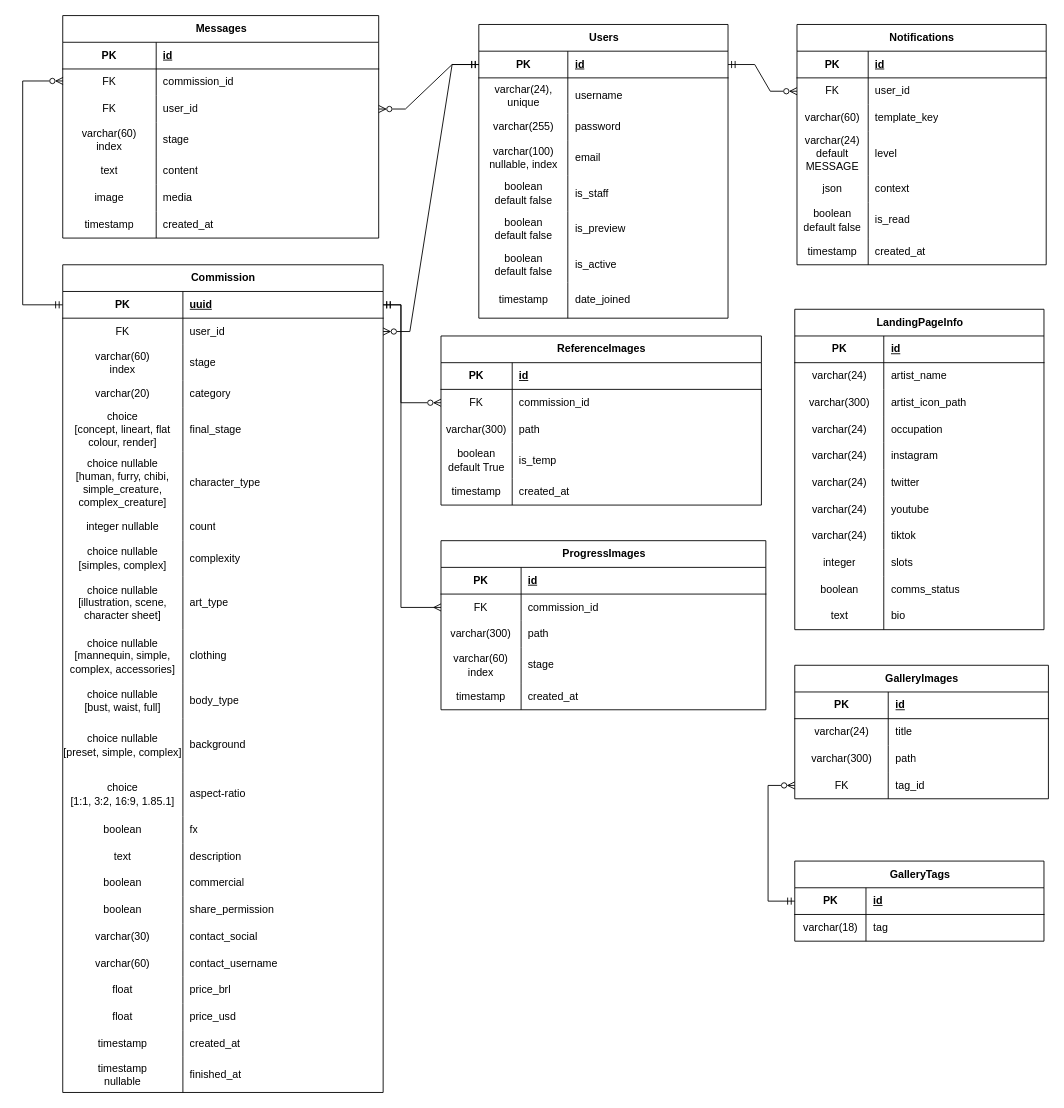
The draw.io diagram docs/diagramas/OAtelierER.drawio in nemesis-noctis/o-atelier, before the edit. Source tidied: cells renumbered, new cells numbered last; positions are measured from the earlier drawing's top-left corner, leaving out a move shared by most shapes. Both pictures are drawn from the tidied source at 89%, with x=0, y=0 at pixel (22, 15).
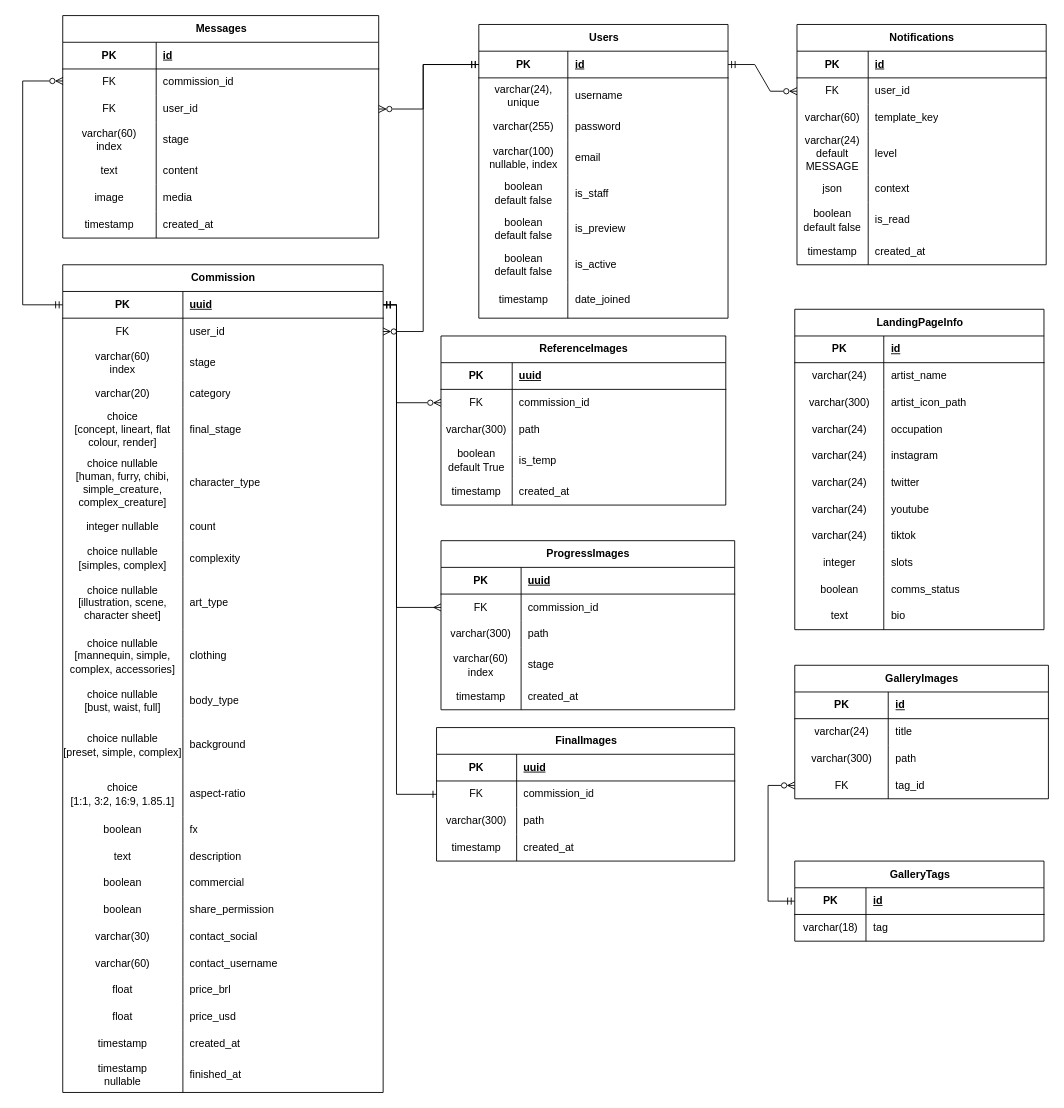
The same page after the edit.

Commit message (it also covers changes not shown here):
feat: Add final image model, adjust docs to reflect change on models and show dynamic commission based on category.

The change refers to these unchanged cells:
```xml
<mxCell id="37" style="shape=tableRow;horizontal=0;startSize=0;swimlaneHead=0;swimlaneBody=0;fillColor=none;points=[[0,0.5],[1,0.5]];portConstraint=eastwest;top=0;left=0;right=0;bottom=1;" parent="36" vertex="1">
  <mxGeometry y="30" width="280" height="30" as="geometry" />
</mxCell>
<mxCell id="83" style="shape=tableRow;horizontal=0;startSize=0;swimlaneHead=0;swimlaneBody=0;fillColor=none;points=[[0,0.5],[1,0.5]];portConstraint=eastwest;top=0;left=0;right=0;bottom=1;" parent="82" vertex="1">
  <mxGeometry y="30" width="360" height="30" as="geometry" />
</mxCell>
<mxCell id="86" style="shape=tableRow;horizontal=0;startSize=0;swimlaneHead=0;swimlaneBody=0;fillColor=none;points=[[0,0.5],[1,0.5]];portConstraint=eastwest;top=0;left=0;right=0;bottom=0;" parent="82" vertex="1">
  <mxGeometry y="60" width="360" height="30" as="geometry" />
</mxCell>
<mxCell id="194" style="shape=tableRow;horizontal=0;startSize=0;swimlaneHead=0;swimlaneBody=0;fillColor=none;points=[[0,0.5],[1,0.5]];portConstraint=eastwest;top=0;left=0;right=0;bottom=0;" parent="187" vertex="1">
  <mxGeometry y="90" width="355" height="30" as="geometry" />
</mxCell>
```

What changed in the source:
```diff
@@
-    <mxCell id="152" style="edgeStyle=entityRelationEdgeStyle;fontSize=12;html=1;endArrow=ERzeroToMany;rounded=0;exitX=0;exitY=0.5;exitDx=0;exitDy=0;entryX=1;entryY=0.5;entryDx=0;entryDy=0;endFill=0;startArrow=ERmandOne;startFill=0;" parent="1" edge="1" source="37" target="86">
-      <mxGeometry relative="1" as="geometry" />
+    <mxCell id="152" style="edgeStyle=orthogonalEdgeStyle;fontSize=12;html=1;endArrow=ERzeroToMany;rounded=0;exitX=0;exitY=0.5;exitDx=0;exitDy=0;entryX=1;entryY=0.5;entryDx=0;entryDy=0;endFill=0;startArrow=ERmandOne;startFill=0;" parent="1" edge="1" source="37" target="86">
+      <mxGeometry relative="1" as="geometry">
+        <Array as="points">
+          <mxPoint x="450" y="55" />
+          <mxPoint x="450" y="355" />
+        </Array>
+      </mxGeometry>
     </mxCell>
     <mxCell id="153" value="ReferenceImages" style="shape=table;startSize=30;childLayout=tableLayout;rowLines=0;fontStyle=1;align=center;html=1;" parent="1" vertex="1">
-      <mxGeometry x="470" y="360" width="360" height="190" as="geometry" />
+      <mxGeometry x="470" y="360" width="320" height="190" as="geometry" />
     </mxCell>
     <mxCell id="154" style="shape=tableRow;horizontal=0;startSize=0;swimlaneHead=0;swimlaneBody=0;fillColor=none;top=0;left=0;right=0;bottom=1;" parent="153" vertex="1">
-      <mxGeometry y="30" width="360" height="30" as="geometry" />
+      <mxGeometry y="30" width="320" height="30" as="geometry" />
     </mxCell>
@@
-    <mxCell id="156" value="id" style="shape=partialRectangle;fillColor=none;top=0;left=0;bottom=0;right=0;align=left;spacingLeft=6;fontStyle=5;overflow=hidden;whiteSpace=wrap;html=1;" parent="154" vertex="1">
-      <mxGeometry x="80" width="280" height="30" as="geometry" />
+    <mxCell id="156" value="uuid" style="shape=partialRectangle;fillColor=none;top=0;left=0;bottom=0;right=0;align=left;spacingLeft=6;fontStyle=5;overflow=hidden;whiteSpace=wrap;html=1;" parent="154" vertex="1">
+      <mxGeometry x="80" width="240" height="30" as="geometry" />
     </mxCell>
     <mxCell id="157" style="shape=tableRow;horizontal=0;startSize=0;swimlaneHead=0;swimlaneBody=0;fillColor=none;points=[[0,0.5],[1,0.5]];portConstraint=eastwest;top=0;left=0;right=0;bottom=0;" parent="153" vertex="1">
-      <mxGeometry y="60" width="360" height="30" as="geometry" />
+      <mxGeometry y="60" width="320" height="30" as="geometry" />
     </mxCell>
@@
     <mxCell id="159" value="commission_id" style="shape=partialRectangle;fillColor=none;top=0;left=0;bottom=0;right=0;align=left;spacingLeft=6;overflow=hidden;whiteSpace=wrap;html=1;" parent="157" vertex="1">
-      <mxGeometry x="80" width="280" height="30" as="geometry" />
+      <mxGeometry x="80" width="240" height="30" as="geometry" />
     </mxCell>
     <mxCell id="160" style="shape=tableRow;horizontal=0;startSize=0;swimlaneHead=0;swimlaneBody=0;fillColor=none;top=0;left=0;right=0;bottom=0;" parent="153" vertex="1">
-      <mxGeometry y="90" width="360" height="30" as="geometry" />
+      <mxGeometry y="90" width="320" height="30" as="geometry" />
     </mxCell>
@@
     <mxCell id="162" value="path" style="shape=partialRectangle;fillColor=none;top=0;left=0;bottom=0;right=0;align=left;spacingLeft=6;overflow=hidden;whiteSpace=wrap;html=1;" parent="160" vertex="1">
-      <mxGeometry x="80" width="280" height="30" as="geometry" />
+      <mxGeometry x="80" width="240" height="30" as="geometry" />
     </mxCell>
     <mxCell id="163" style="shape=tableRow;horizontal=0;startSize=0;swimlaneHead=0;swimlaneBody=0;fillColor=none;top=0;left=0;right=0;bottom=0;" parent="153" vertex="1">
-      <mxGeometry y="120" width="360" height="40" as="geometry" />
+      <mxGeometry y="120" width="320" height="40" as="geometry" />
     </mxCell>
@@
     <mxCell id="165" value="is_temp" style="shape=partialRectangle;fillColor=none;top=0;left=0;bottom=0;right=0;align=left;spacingLeft=6;overflow=hidden;whiteSpace=wrap;html=1;" parent="163" vertex="1">
-      <mxGeometry x="80" width="280" height="40" as="geometry" />
+      <mxGeometry x="80" width="240" height="40" as="geometry" />
     </mxCell>
     <mxCell id="166" style="shape=tableRow;horizontal=0;startSize=0;swimlaneHead=0;swimlaneBody=0;fillColor=none;top=0;left=0;right=0;bottom=0;" parent="153" vertex="1">
-      <mxGeometry y="160" width="360" height="30" as="geometry" />
+      <mxGeometry y="160" width="320" height="30" as="geometry" />
     </mxCell>
@@
     <mxCell id="168" value="created_at" style="shape=partialRectangle;fillColor=none;top=0;left=0;bottom=0;right=0;align=left;spacingLeft=6;overflow=hidden;whiteSpace=wrap;html=1;" parent="166" vertex="1">
-      <mxGeometry x="80" width="280" height="30" as="geometry" />
+      <mxGeometry x="80" width="240" height="30" as="geometry" />
     </mxCell>
     <mxCell id="169" value="ProgressImages" style="shape=table;startSize=30;childLayout=tableLayout;rowLines=0;fontStyle=1;align=center;html=1;" parent="1" vertex="1">
-      <mxGeometry x="470" y="590" width="365" height="190" as="geometry" />
+      <mxGeometry x="470" y="590" width="330" height="190" as="geometry" />
     </mxCell>
     <mxCell id="170" style="shape=tableRow;horizontal=0;startSize=0;swimlaneHead=0;swimlaneBody=0;fillColor=none;top=0;left=0;right=0;bottom=1;" parent="169" vertex="1">
-      <mxGeometry y="30" width="365" height="30" as="geometry" />
+      <mxGeometry y="30" width="330" height="30" as="geometry" />
     </mxCell>
@@
-    <mxCell id="172" value="id" style="shape=partialRectangle;fillColor=none;top=0;left=0;bottom=0;right=0;align=left;spacingLeft=6;fontStyle=5;overflow=hidden;whiteSpace=wrap;html=1;" parent="170" vertex="1">
-      <mxGeometry x="90" width="275" height="30" as="geometry" />
+    <mxCell id="172" value="uuid" style="shape=partialRectangle;fillColor=none;top=0;left=0;bottom=0;right=0;align=left;spacingLeft=6;fontStyle=5;overflow=hidden;whiteSpace=wrap;html=1;" parent="170" vertex="1">
+      <mxGeometry x="90" width="240" height="30" as="geometry" />
     </mxCell>
     <mxCell id="173" style="shape=tableRow;horizontal=0;startSize=0;swimlaneHead=0;swimlaneBody=0;fillColor=none;points=[[0,0.5],[1,0.5]];portConstraint=eastwest;top=0;left=0;right=0;bottom=0;" parent="169" vertex="1">
-      <mxGeometry y="60" width="365" height="30" as="geometry" />
+      <mxGeometry y="60" width="330" height="30" as="geometry" />
     </mxCell>
@@
     <mxCell id="175" value="commission_id" style="shape=partialRectangle;fillColor=none;top=0;left=0;bottom=0;right=0;align=left;spacingLeft=6;overflow=hidden;whiteSpace=wrap;html=1;" parent="173" vertex="1">
-      <mxGeometry x="90" width="275" height="30" as="geometry" />
+      <mxGeometry x="90" width="240" height="30" as="geometry" />
     </mxCell>
     <mxCell id="176" style="shape=tableRow;horizontal=0;startSize=0;swimlaneHead=0;swimlaneBody=0;fillColor=none;top=0;left=0;right=0;bottom=0;" parent="169" vertex="1">
-      <mxGeometry y="90" width="365" height="30" as="geometry" />
+      <mxGeometry y="90" width="330" height="30" as="geometry" />
     </mxCell>
@@
     <mxCell id="178" value="path" style="shape=partialRectangle;fillColor=none;top=0;left=0;bottom=0;right=0;align=left;spacingLeft=6;overflow=hidden;whiteSpace=wrap;html=1;" parent="176" vertex="1">
-      <mxGeometry x="90" width="275" height="30" as="geometry" />
+      <mxGeometry x="90" width="240" height="30" as="geometry" />
     </mxCell>
     <mxCell id="179" style="shape=tableRow;horizontal=0;startSize=0;swimlaneHead=0;swimlaneBody=0;fillColor=none;top=0;left=0;right=0;bottom=0;" parent="169" vertex="1">
-      <mxGeometry y="120" width="365" height="40" as="geometry" />
+      <mxGeometry y="120" width="330" height="40" as="geometry" />
     </mxCell>
@@
     <mxCell id="181" value="stage" style="shape=partialRectangle;fillColor=none;top=0;left=0;bottom=0;right=0;align=left;spacingLeft=6;overflow=hidden;whiteSpace=wrap;html=1;" parent="179" vertex="1">
-      <mxGeometry x="90" width="275" height="40" as="geometry" />
+      <mxGeometry x="90" width="240" height="40" as="geometry" />
     </mxCell>
     <mxCell id="182" style="shape=tableRow;horizontal=0;startSize=0;swimlaneHead=0;swimlaneBody=0;fillColor=none;top=0;left=0;right=0;bottom=0;" parent="169" vertex="1">
-      <mxGeometry y="160" width="365" height="30" as="geometry" />
+      <mxGeometry y="160" width="330" height="30" as="geometry" />
     </mxCell>
@@
     <mxCell id="184" value="created_at" style="shape=partialRectangle;fillColor=none;top=0;left=0;bottom=0;right=0;align=left;spacingLeft=6;overflow=hidden;whiteSpace=wrap;html=1;" parent="182" vertex="1">
-      <mxGeometry x="90" width="275" height="30" as="geometry" />
+      <mxGeometry x="90" width="240" height="30" as="geometry" />
     </mxCell>
     <mxCell id="185" style="edgeStyle=orthogonalEdgeStyle;fontSize=12;html=1;endArrow=ERzeroToMany;rounded=0;entryX=0;entryY=0.5;entryDx=0;entryDy=0;exitX=1;exitY=0.5;exitDx=0;exitDy=0;startArrow=ERmandOne;startFill=0;endFill=0;" parent="1" edge="1" source="83" target="157">
       <mxGeometry relative="1" as="geometry">
         <Array as="points">
-          <mxPoint x="425" y="325" />
-          <mxPoint x="425" y="435" />
+          <mxPoint x="420" y="325" />
+          <mxPoint x="420" y="435" />
         </Array>
       </mxGeometry>
     </mxCell>
     <mxCell id="186" style="edgeStyle=orthogonalEdgeStyle;fontSize=12;html=1;endArrow=ERmany;rounded=0;entryX=0;entryY=0.5;entryDx=0;entryDy=0;exitX=1;exitY=0.5;exitDx=0;exitDy=0;startArrow=ERmandOne;startFill=0;endFill=0;" parent="1" edge="1" source="83" target="173">
       <mxGeometry relative="1" as="geometry">
         <Array as="points">
-          <mxPoint x="425" y="325" />
-          <mxPoint x="425" y="665" />
+          <mxPoint x="420" y="325" />
+          <mxPoint x="420" y="665" />
         </Array>
       </mxGeometry>
     </mxCell>
@@
-    <mxCell id="210" style="edgeStyle=entityRelationEdgeStyle;fontSize=12;html=1;endArrow=ERzeroToMany;rounded=0;entryX=1;entryY=0.5;entryDx=0;entryDy=0;exitX=0;exitY=0.5;exitDx=0;exitDy=0;endFill=0;startArrow=ERmandOne;startFill=0;" parent="1" edge="1" source="37" target="194">
-      <mxGeometry relative="1" as="geometry" />
+    <mxCell id="210" style="edgeStyle=orthogonalEdgeStyle;fontSize=12;html=1;endArrow=ERzeroToMany;rounded=0;entryX=1;entryY=0.5;entryDx=0;entryDy=0;exitX=0;exitY=0.5;exitDx=0;exitDy=0;endFill=0;startArrow=ERmandOne;startFill=0;" parent="1" edge="1" source="37" target="194">
+      <mxGeometry relative="1" as="geometry">
+        <Array as="points">
+          <mxPoint x="450" y="55" />
+          <mxPoint x="450" y="105" />
+        </Array>
+      </mxGeometry>
     </mxCell>
@@
+    <mxCell id="234" value="FinalImages" style="shape=table;startSize=30;childLayout=tableLayout;rowLines=0;fontStyle=1;align=center;html=1;" parent="1" vertex="1">
+      <mxGeometry x="465" y="800" width="335" height="150" as="geometry" />
+    </mxCell>
+    <mxCell id="235" style="shape=tableRow;horizontal=0;startSize=0;swimlaneHead=0;swimlaneBody=0;fillColor=none;top=0;left=0;right=0;bottom=1;" parent="234" vertex="1">
+      <mxGeometry y="30" width="335" height="30" as="geometry" />
+    </mxCell>
+    <mxCell id="236" value="PK" style="shape=partialRectangle;fillColor=none;top=0;left=0;bottom=0;right=0;fontStyle=1;overflow=hidden;whiteSpace=wrap;html=1;" parent="235" vertex="1">
+      <mxGeometry width="90" height="30" as="geometry" />
+    </mxCell>
+    <mxCell id="237" value="uuid" style="shape=partialRectangle;fillColor=none;top=0;left=0;bottom=0;right=0;align=left;spacingLeft=6;fontStyle=5;overflow=hidden;whiteSpace=wrap;html=1;" parent="235" vertex="1">
+      <mxGeometry x="90" width="245" height="30" as="geometry" />
+    </mxCell>
+    <mxCell id="238" style="shape=tableRow;horizontal=0;startSize=0;swimlaneHead=0;swimlaneBody=0;fillColor=none;points=[[0,0.5],[1,0.5]];portConstraint=eastwest;top=0;left=0;right=0;bottom=0;" parent="234" vertex="1">
+      <mxGeometry y="60" width="335" height="30" as="geometry" />
+    </mxCell>
+    <mxCell id="239" value="FK" style="shape=partialRectangle;fillColor=none;top=0;left=0;bottom=0;right=0;overflow=hidden;whiteSpace=wrap;html=1;" parent="238" vertex="1">
+      <mxGeometry width="90" height="30" as="geometry" />
+    </mxCell>
+    <mxCell id="240" value="commission_id" style="shape=partialRectangle;fillColor=none;top=0;left=0;bottom=0;right=0;align=left;spacingLeft=6;overflow=hidden;whiteSpace=wrap;html=1;" parent="238" vertex="1">
+      <mxGeometry x="90" width="245" height="30" as="geometry" />
+    </mxCell>
+    <mxCell id="241" style="shape=tableRow;horizontal=0;startSize=0;swimlaneHead=0;swimlaneBody=0;fillColor=none;top=0;left=0;right=0;bottom=0;" parent="234" vertex="1">
+      <mxGeometry y="90" width="335" height="30" as="geometry" />
+    </mxCell>
+    <mxCell id="242" value="varchar(300)" style="shape=partialRectangle;fillColor=none;top=0;left=0;bottom=0;right=0;overflow=hidden;whiteSpace=wrap;html=1;" parent="241" vertex="1">
+      <mxGeometry width="90" height="30" as="geometry" />
+    </mxCell>
+    <mxCell id="243" value="path" style="shape=partialRectangle;fillColor=none;top=0;left=0;bottom=0;right=0;align=left;spacingLeft=6;overflow=hidden;whiteSpace=wrap;html=1;" parent="241" vertex="1">
+      <mxGeometry x="90" width="245" height="30" as="geometry" />
+    </mxCell>
+    <mxCell id="244" style="shape=tableRow;horizontal=0;startSize=0;swimlaneHead=0;swimlaneBody=0;fillColor=none;top=0;left=0;right=0;bottom=0;" parent="234" vertex="1">
+      <mxGeometry y="120" width="335" height="30" as="geometry" />
+    </mxCell>
+    <mxCell id="245" value="timestamp" style="shape=partialRectangle;fillColor=none;top=0;left=0;bottom=0;right=0;overflow=hidden;whiteSpace=wrap;html=1;" parent="244" vertex="1">
+      <mxGeometry width="90" height="30" as="geometry" />
+    </mxCell>
+    <mxCell id="246" value="created_at" style="shape=partialRectangle;fillColor=none;top=0;left=0;bottom=0;right=0;align=left;spacingLeft=6;overflow=hidden;whiteSpace=wrap;html=1;" parent="244" vertex="1">
+      <mxGeometry x="90" width="245" height="30" as="geometry" />
+    </mxCell>
+    <mxCell id="247" style="edgeStyle=orthogonalEdgeStyle;fontSize=12;html=1;endArrow=ERone;rounded=0;exitX=1;exitY=0.5;exitDx=0;exitDy=0;startArrow=ERmandOne;startFill=0;entryX=0;entryY=0.5;entryDx=0;entryDy=0;endFill=0;" parent="1" edge="1" source="83" target="238">
+      <mxGeometry relative="1" as="geometry">
+        <Array as="points">
+          <mxPoint x="420" y="325" />
+          <mxPoint x="420" y="875" />
+        </Array>
+      </mxGeometry>
+    </mxCell>
```
